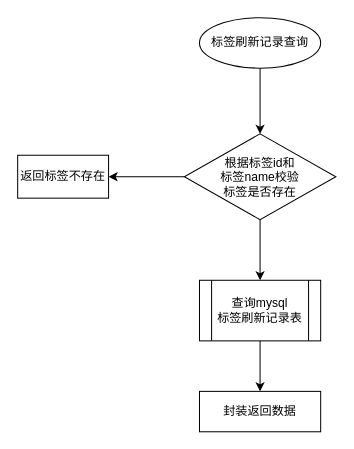
Earlier version of the draw.io diagram 标签刷新记录查询流程图.drawio (1418956397/JavaWeb-Project-Source-Share). Source tidied: cells renumbered, new cells numbered last; positions are measured from the earlier drawing's top-left corner, leaving out a move shared by most shapes. Both pictures are drawn from the tidied source at 101%, with x=0, y=0 at pixel (17, 17).
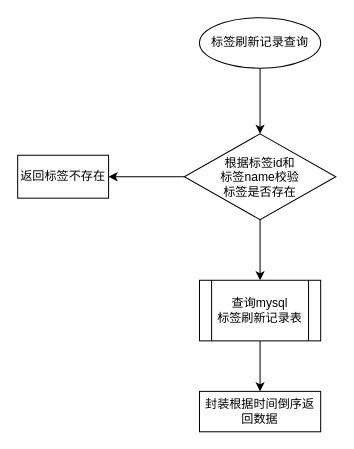
The same diagram, later.

Commit message:
更新标签刷新记录查询流程图.drawio

The edit, as a diff of the source:
```diff
@@
 <mxGraphModel>
   <root>
     <mxCell id="0" />
     <mxCell id="1" parent="0" />
     <mxCell id="2" style="edgeStyle=orthogonalEdgeStyle;rounded=0;jettySize=auto;html=1;" parent="1" edge="1" source="3" target="6">
       <mxGeometry relative="1" as="geometry" />
     </mxCell>
     <mxCell id="3" value="标签刷新记录查询" style="ellipse;whiteSpace=wrap;html=1;" parent="1" vertex="1">
       <mxGeometry x="180" width="120" height="50" as="geometry" />
     </mxCell>
     <mxCell id="4" style="edgeStyle=orthogonalEdgeStyle;rounded=0;jettySize=auto;html=1;" parent="1" edge="1" source="6" target="7">
       <mxGeometry relative="1" as="geometry" />
     </mxCell>
     <mxCell id="5" style="edgeStyle=orthogonalEdgeStyle;rounded=0;jettySize=auto;html=1;" parent="1" edge="1" source="6" target="9">
       <mxGeometry relative="1" as="geometry" />
     </mxCell>
     <mxCell id="6" value="根据标签id和&lt;div&gt;标签name校验&lt;/div&gt;&lt;div&gt;标签是否存在&lt;/div&gt;" style="rhombus;whiteSpace=wrap;html=1;" parent="1" vertex="1">
       <mxGeometry x="165" y="115" width="150" height="85" as="geometry" />
     </mxCell>
     <mxCell id="7" value="返回标签不存在" style="whiteSpace=wrap;html=1;" parent="1" vertex="1">
       <mxGeometry y="136.2" width="90" height="42.5" as="geometry" />
     </mxCell>
     <mxCell id="8" style="edgeStyle=orthogonalEdgeStyle;rounded=0;jettySize=auto;html=1;" parent="1" edge="1" source="9" target="10">
       <mxGeometry relative="1" as="geometry" />
     </mxCell>
     <mxCell id="9" value="查询mysql&lt;div&gt;标签刷新记录表&lt;/div&gt;" style="shape=process;whiteSpace=wrap;html=1;backgroundOutline=1;" parent="1" vertex="1">
       <mxGeometry x="180" y="260" width="120" height="60" as="geometry" />
     </mxCell>
-    <mxCell id="10" value="封装返回数据" style="whiteSpace=wrap;html=1;" parent="1" vertex="1">
+    <mxCell id="10" value="封装根据时间倒序返回数据" style="whiteSpace=wrap;html=1;" parent="1" vertex="1">
       <mxGeometry x="180" y="370" width="120" height="40" as="geometry" />
     </mxCell>
   </root>
 </mxGraphModel>
```
